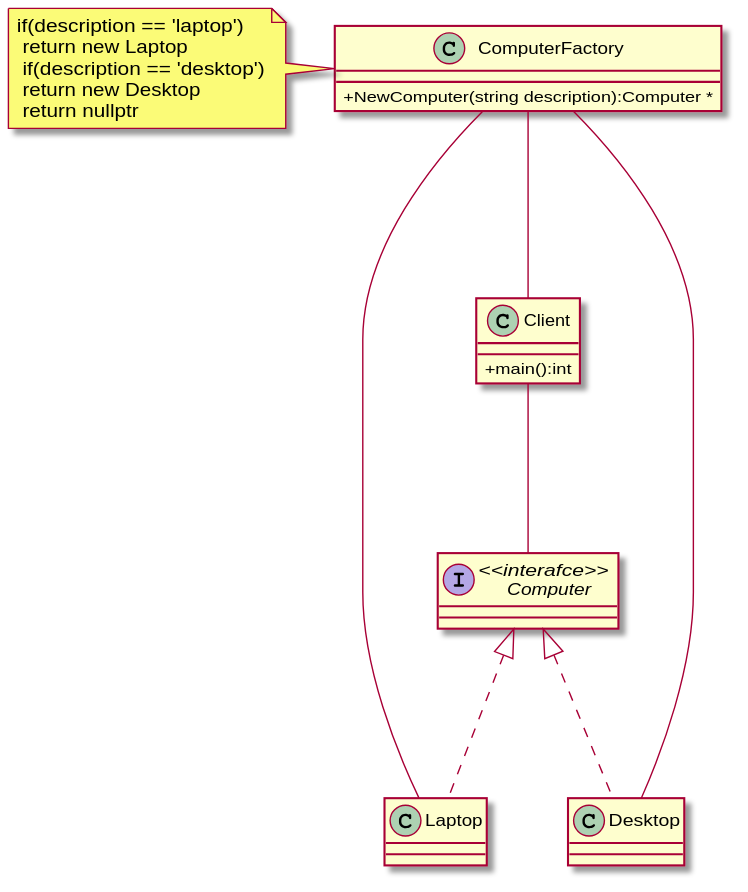
Earlier version of the PlantUML export DesignPatern/src/Creational/diagrams/computer_factory_method.svg (behnamasadi/software_engineering). The source it was exported from:
```plantuml
@startuml
skinparam classAttributeIconSize 0

interface "<<interafce>> \n Computer" as Computer
{
}

class Laptop{}
class Desktop{}
class ComputerFactory
{
+ NewComputer(string description):Computer *
}

note  "if(description == 'laptop')\n return new Laptop \n if(description == 'desktop')\n return new Desktop \n return nullptr" as NewComputerFactory

Laptop -up..|> Computer
Desktop -up..|> Computer

NewComputerFactory -right..ComputerFactory

class Client
{
+main():int
}
Client -down--Computer
Client -up--ComputerFactory
ComputerFactory -down-- Laptop
ComputerFactory -down-- Desktop
@enduml
```
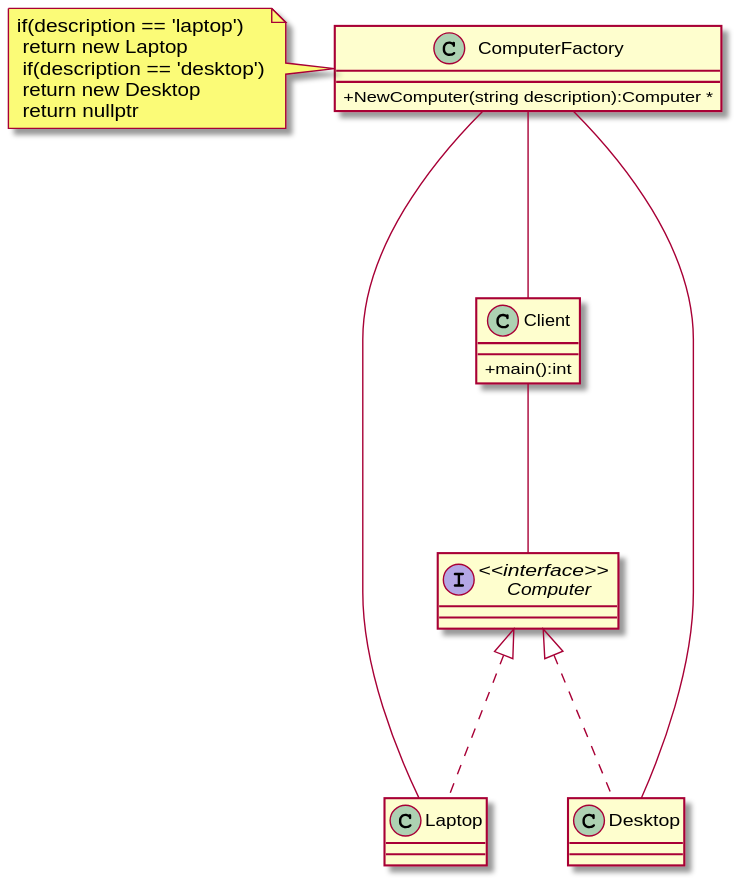
Above is the later version.

Commit message:
typo in interafce -> interface

Change to the diagram source:
```diff
@@ -1,7 +1,7 @@
 @startuml
 skinparam classAttributeIconSize 0
 
-interface "<<interafce>> \n Computer" as Computer
+interface "<<interface>> \n Computer" as Computer
 {
 }
 
```
